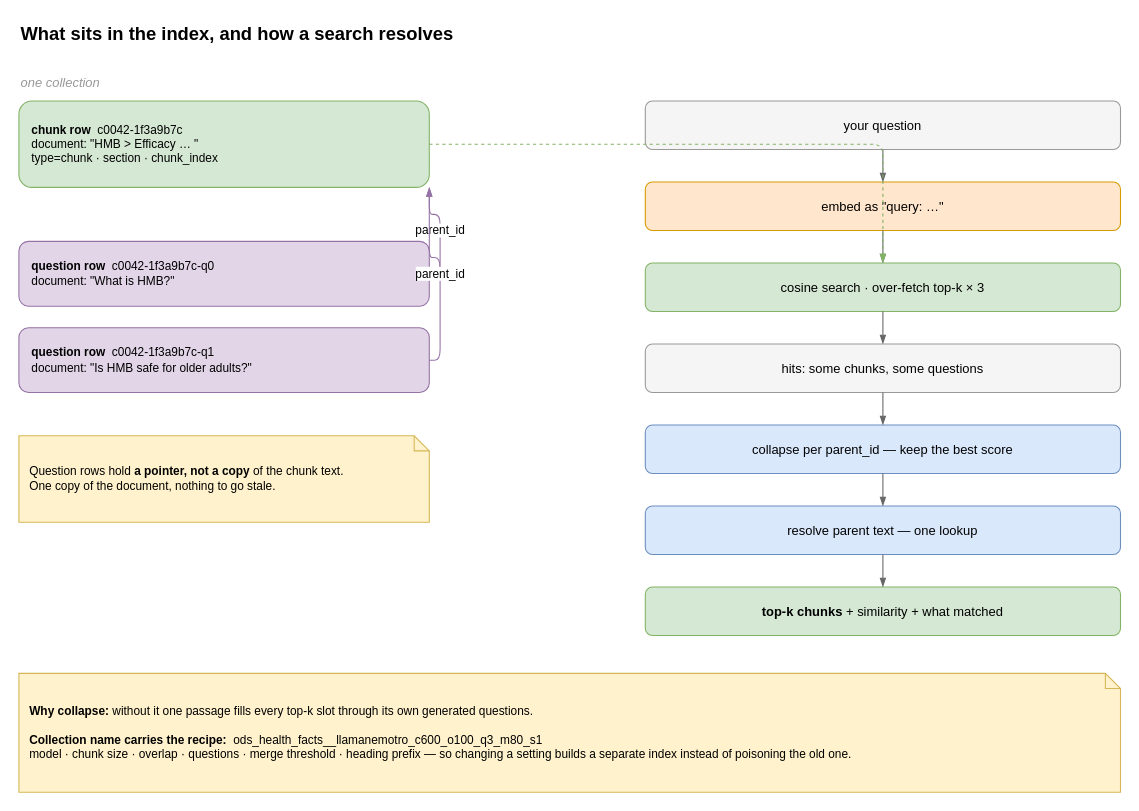
marwan-osama/athletic-suppliments-RAG keeps this draw.io diagram as page "4 · Index & retrieval" (4 of 6) of architecture.drawio. Above is the earlier version. Source tidied: cells renumbered, new cells numbered last; positions are measured from the earlier drawing's top-left corner, leaving out a move shared by most shapes. Both pictures are drawn from the tidied source at 108%, with x=0, y=0 at pixel (18, 18).
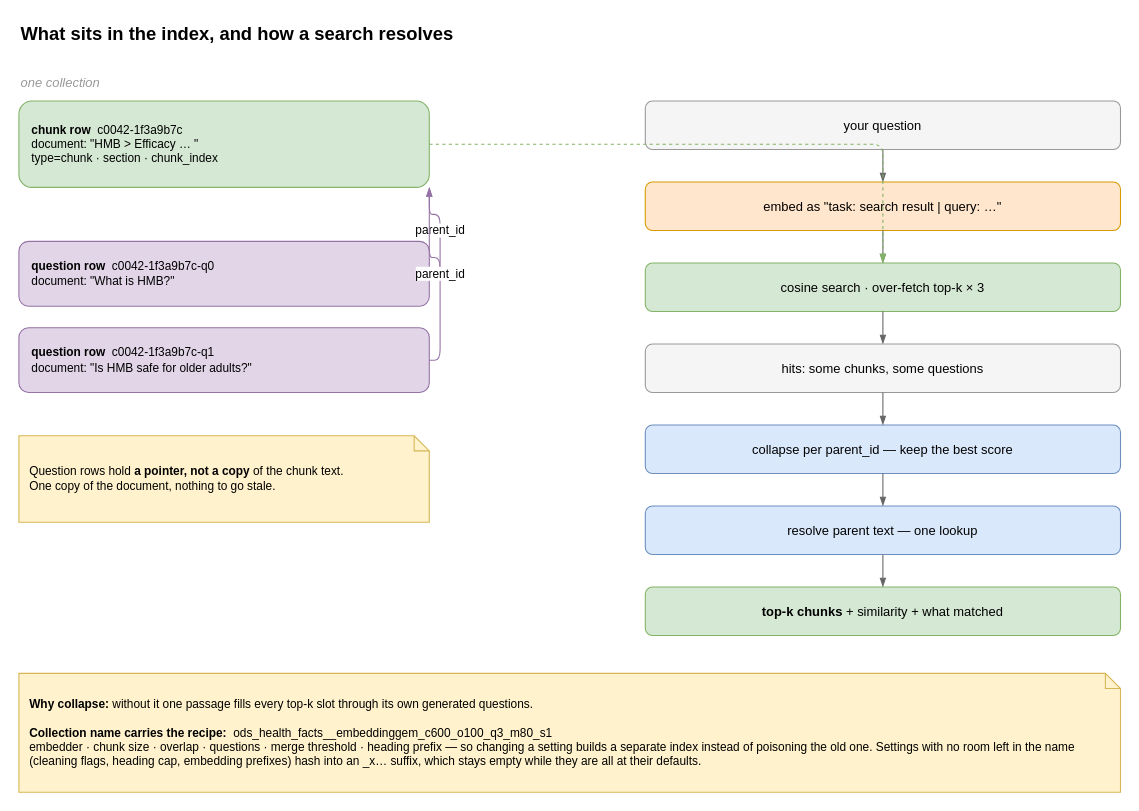
Above is the later version.

Change to the diagram source:
```diff
@@
-    <mxCell id="11" value="embed as &quot;query: …&quot;" style="rounded=1;whiteSpace=wrap;html=1;fillColor=#ffe6cc;strokeColor=#d79b00;fontSize=12;" parent="1" vertex="1">
+    <mxCell id="11" value="embed as &quot;task: search result | query: …&quot;" style="rounded=1;whiteSpace=wrap;html=1;fillColor=#ffe6cc;strokeColor=#d79b00;fontSize=12;" parent="1" vertex="1">
       <mxGeometry x="580" y="151" width="440" height="45" as="geometry" />
     </mxCell>
@@
-    <mxCell id="24" value="&lt;b&gt;Why collapse:&lt;/b&gt; without it one passage fills every top-k slot through its own generated questions.&lt;br&gt;&lt;br&gt;&lt;b&gt;Collection name carries the recipe:&lt;/b&gt;&amp;nbsp; ods_health_facts__llamanemotro_c600_o100_q3_m80_s1&lt;br&gt;model · chunk size · overlap · questions · merge threshold · heading prefix — so changing a setting builds a separate index instead of poisoning the old one." style="shape=note;whiteSpace=wrap;html=1;fillColor=#fff2cc;strokeColor=#d6b656;size=14;align=left;spacingLeft=8;fontSize=11;verticalAlign=middle;" parent="1" vertex="1">
+    <mxCell id="24" value="&lt;b&gt;Why collapse:&lt;/b&gt; without it one passage fills every top-k slot through its own generated questions.&lt;br&gt;&lt;br&gt;&lt;b&gt;Collection name carries the recipe:&lt;/b&gt;&amp;nbsp; ods_health_facts__embeddinggem_c600_o100_q3_m80_s1&lt;br&gt;embedder · chunk size · overlap · questions · merge threshold · heading prefix — so changing a setting builds a separate index instead of poisoning the old one. Settings with no room left in the name (cleaning flags, heading cap, embedding prefixes) hash into an _x… suffix, which stays empty while they are all at their defaults." style="shape=note;whiteSpace=wrap;html=1;fillColor=#fff2cc;strokeColor=#d6b656;size=14;align=left;spacingLeft=8;fontSize=11;verticalAlign=middle;" parent="1" vertex="1">
       <mxGeometry y="606" width="1020" height="110" as="geometry" />
     </mxCell>
```
